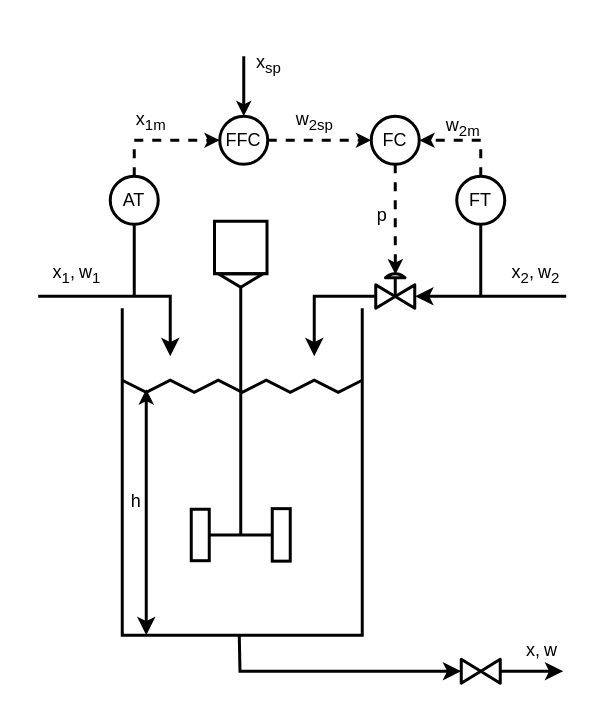
rputikar/advanced-modeling-and-control keeps this draw.io diagram as page "feedback-feedforward-blending" (13 of 25) of assets/images/02-ratio-and-feedforward-control.drawio. Above is the earlier version. Source tidied: cells renumbered, new cells numbered last; positions are measured from the earlier drawing's top-left corner, leaving out a move shared by most shapes. Both pictures are drawn from the tidied source at 150%, with x=0, y=0 at pixel (32, 40).
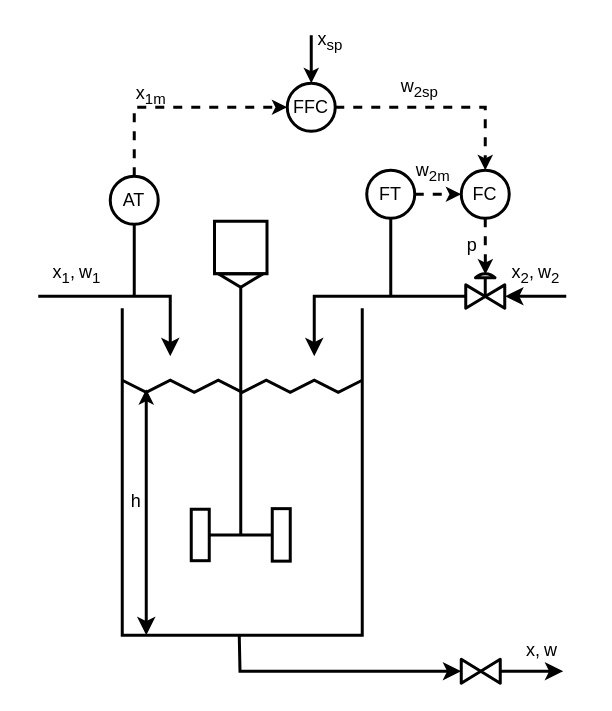
The same page after the edit.

Change to the diagram source:
```diff
@@
     <mxCell id="13" style="verticalLabelPosition=bottom;align=center;html=1;verticalAlign=top;dashed=0;shape=mxgraph.pid2valves.valve;valveType=gate;actuator=diaph;rounded=0;labelBackgroundColor=none;fontFamily=IBM Plex sans;fontSize=12;fontColor=default;fillColor=none;gradientColor=none;points=[];strokeWidth=2;" parent="1" vertex="1">
-      <mxGeometry x="229" y="152" width="26" height="26" as="geometry" />
+      <mxGeometry x="289" y="152" width="26" height="26" as="geometry" />
     </mxCell>
@@
     <mxCell id="22" style="edgeStyle=orthogonalEdgeStyle;shape=connector;rounded=0;jettySize=auto;html=1;labelBackgroundColor=none;strokeColor=default;fontFamily=IBM Plex sans;fontSize=12;fontColor=default;endArrow=none;endSize=4;endFill=0;strokeWidth=2;" parent="1" edge="1" source="25">
       <mxGeometry relative="1" as="geometry">
-        <mxPoint x="299" y="170" as="targetPoint" />
+        <mxPoint x="239" y="170" as="targetPoint" />
       </mxGeometry>
     </mxCell>
-    <mxCell id="23" style="edgeStyle=orthogonalEdgeStyle;shape=connector;rounded=0;jettySize=auto;html=1;exitX=0.5;exitY=0;exitDx=0;exitDy=0;entryX=1;entryY=0.5;entryDx=0;entryDy=0;dashed=1;labelBackgroundColor=none;strokeColor=default;fontFamily=IBM Plex sans;fontSize=12;fontColor=default;endArrow=classic;endSize=4;strokeWidth=2;" parent="1" edge="1" source="25" target="28">
+    <mxCell id="23" style="edgeStyle=orthogonalEdgeStyle;shape=connector;rounded=0;jettySize=auto;html=1;exitX=1;exitY=0.5;exitDx=0;exitDy=0;entryX=0;entryY=0.5;entryDx=0;entryDy=0;dashed=1;labelBackgroundColor=none;strokeColor=default;fontFamily=IBM Plex sans;fontSize=12;fontColor=default;endArrow=classic;endSize=4;strokeWidth=2;" parent="1" edge="1" source="25" target="28">
       <mxGeometry relative="1" as="geometry" />
     </mxCell>
     <mxCell id="24" value="w&lt;sub&gt;2m&lt;/sub&gt;" style="edgeLabel;html=1;align=center;verticalAlign=middle;fontSize=12;fontFamily=IBM Plex sans;fontColor=default;labelBackgroundColor=none;" parent="23" vertex="1">
       <mxGeometry x="-0.49" relative="1" as="geometry">
-        <mxPoint x="-13" y="-17" as="offset" />
+        <mxPoint x="3" y="-16" as="offset" />
       </mxGeometry>
     </mxCell>
     <mxCell id="25" value="FT" style="ellipse;whiteSpace=wrap;html=1;rounded=0;labelBackgroundColor=none;fontFamily=IBM Plex sans;fontSize=12;fontColor=default;fillColor=none;gradientColor=none;fontFamily=IBM Plex sans;strokeWidth=2;" parent="1" vertex="1">
-      <mxGeometry x="283" y="90" width="32" height="32" as="geometry" />
+      <mxGeometry x="223" y="86" width="32" height="32" as="geometry" />
     </mxCell>
@@
     <mxCell id="28" value="FC" style="ellipse;whiteSpace=wrap;html=1;rounded=0;labelBackgroundColor=none;fontFamily=IBM Plex sans;fontSize=12;fontColor=default;fillColor=none;gradientColor=none;fontFamily=IBM Plex sans;strokeWidth=2;" parent="1" vertex="1">
-      <mxGeometry x="226" y="50" width="32" height="32" as="geometry" />
+      <mxGeometry x="286" y="86" width="32" height="32" as="geometry" />
     </mxCell>
@@
     <mxCell id="31" style="edgeStyle=orthogonalEdgeStyle;shape=connector;rounded=0;jettySize=auto;html=1;exitX=0.5;exitY=0;exitDx=0;exitDy=0;labelBackgroundColor=none;strokeColor=default;fontFamily=IBM Plex sans;fontSize=12;fontColor=default;endArrow=none;endSize=4;startArrow=classic;startFill=1;endFill=0;startSize=4;strokeWidth=2;" parent="1" edge="1" source="34">
       <mxGeometry relative="1" as="geometry">
-        <mxPoint x="141" y="10" as="targetPoint" />
+        <mxPoint x="186" y="-4" as="targetPoint" />
+        <Array as="points">
+          <mxPoint x="186" y="10" />
+          <mxPoint x="186" y="10" />
+        </Array>
       </mxGeometry>
     </mxCell>
-    <mxCell id="32" style="edgeStyle=orthogonalEdgeStyle;shape=connector;rounded=0;jettySize=auto;html=1;exitX=1;exitY=0.5;exitDx=0;exitDy=0;entryX=0;entryY=0.5;entryDx=0;entryDy=0;dashed=1;labelBackgroundColor=none;strokeColor=default;fontFamily=IBM Plex sans;fontSize=12;fontColor=default;endArrow=classic;endSize=4;strokeWidth=2;" parent="1" edge="1" source="34" target="28">
+    <mxCell id="32" style="edgeStyle=orthogonalEdgeStyle;shape=connector;rounded=0;jettySize=auto;html=1;exitX=1;exitY=0.5;exitDx=0;exitDy=0;entryX=0.5;entryY=0;entryDx=0;entryDy=0;dashed=1;labelBackgroundColor=none;strokeColor=default;fontFamily=IBM Plex sans;fontSize=12;fontColor=default;endArrow=classic;endSize=4;strokeWidth=2;" parent="1" edge="1" source="34" target="28">
       <mxGeometry relative="1" as="geometry" />
     </mxCell>
@@
     <mxCell id="34" value="FFC" style="ellipse;whiteSpace=wrap;html=1;rounded=0;labelBackgroundColor=none;fontFamily=IBM Plex sans;fontSize=12;fontColor=default;fillColor=none;gradientColor=none;fontFamily=IBM Plex sans;strokeWidth=2;" parent="1" vertex="1">
-      <mxGeometry x="125" y="50" width="32" height="32" as="geometry" />
+      <mxGeometry x="170" y="28" width="32" height="32" as="geometry" />
     </mxCell>
@@
     <mxCell id="37" value="x&lt;sub&gt;sp&lt;/sub&gt;" style="text;html=1;strokeColor=none;fillColor=none;align=center;verticalAlign=middle;whiteSpace=wrap;rounded=0;fontSize=12;fontFamily=IBM Plex sans;fontColor=default;strokeWidth=2;" parent="1" vertex="1">
-      <mxGeometry x="128" width="60" height="30" as="geometry" />
+      <mxGeometry x="190" y="-4" width="18" height="8" as="geometry" />
     </mxCell>
```
